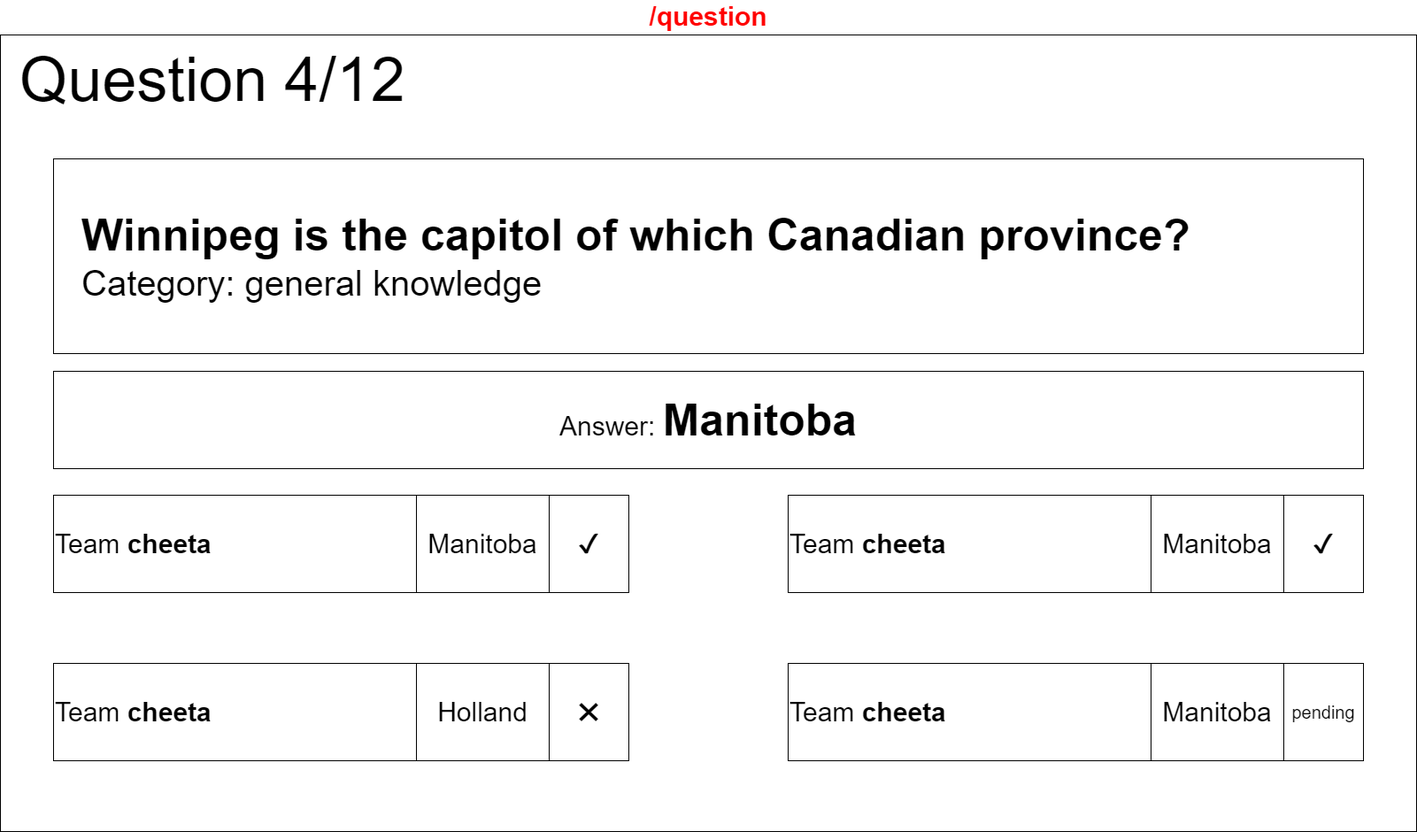
This is docs/wireframes/scoreboard-answers.png from IkBenDeSjaak/Quizzer, a draw.io export, as it was before one commit. Source tidied: cells renumbered, new cells last; positions are measured from the earlier drawing's top-left corner, leaving out a move shared by most shapes.
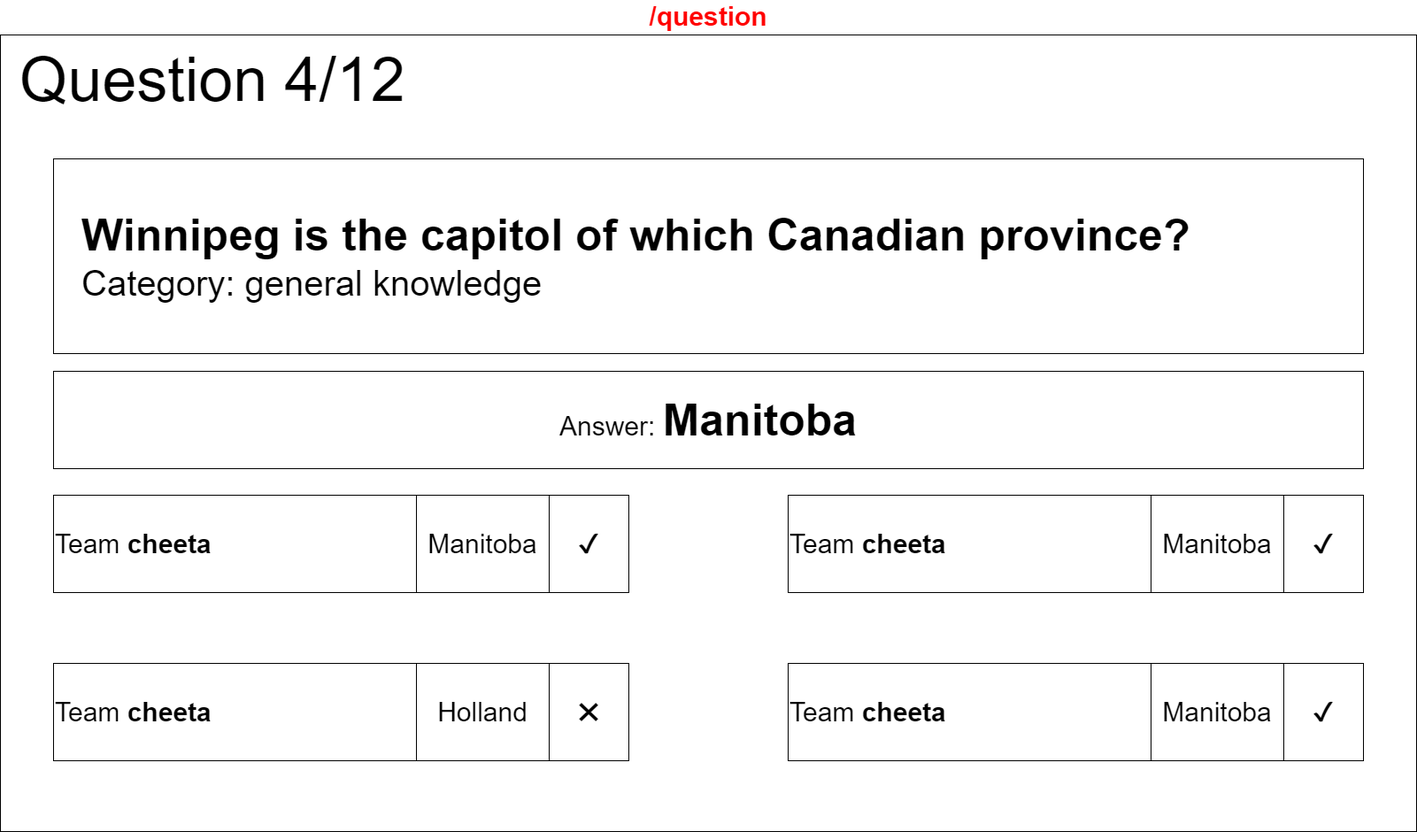
The same diagram one commit later.

What changed in the source:
```diff
@@ -44,7 +44,7 @@
     <mxCell id="15" value="&lt;font style=&quot;font-size: 30px&quot;&gt;✔&lt;/font&gt;" style="rounded=0;whiteSpace=wrap;html=1;" parent="1" vertex="1">
       <mxGeometry x="620" y="520" width="90" height="110" as="geometry" />
     </mxCell>
-    <mxCell id="16" value="&lt;font style=&quot;font-size: 20px&quot;&gt;pending&lt;/font&gt;" style="rounded=0;whiteSpace=wrap;html=1;" parent="1" vertex="1">
+    <mxCell id="16" value="&lt;font style=&quot;font-size: 30px&quot;&gt;✔&lt;/font&gt;" style="rounded=0;whiteSpace=wrap;html=1;" parent="1" vertex="1">
       <mxGeometry x="1450" y="710" width="90" height="110" as="geometry" />
     </mxCell>
     <mxCell id="17" value="&lt;span style=&quot;font-size: 30px&quot;&gt;✖&lt;/span&gt;" style="rounded=0;whiteSpace=wrap;html=1;" parent="1" vertex="1">
```
